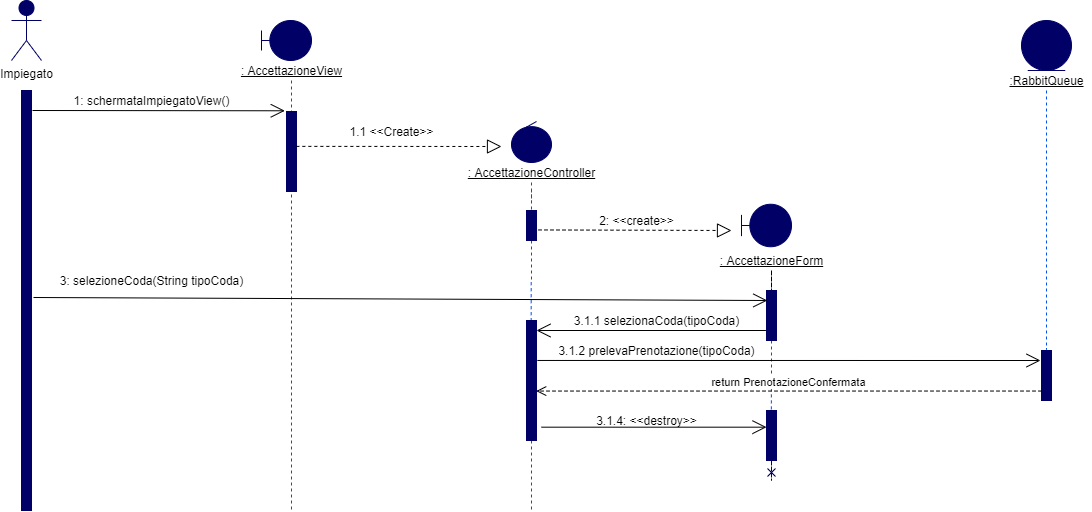
Givaa/MedQueue keeps this draw.io diagram as Documenti/RAD/Sequence Diagram/Accettazione Prenotazione/SD AccettazionePrenotazione (Con repo).png. Above is the earlier version. Source tidied: cells renumbered, new cells last; positions are measured from the earlier drawing's top-left corner, leaving out a move shared by most shapes.
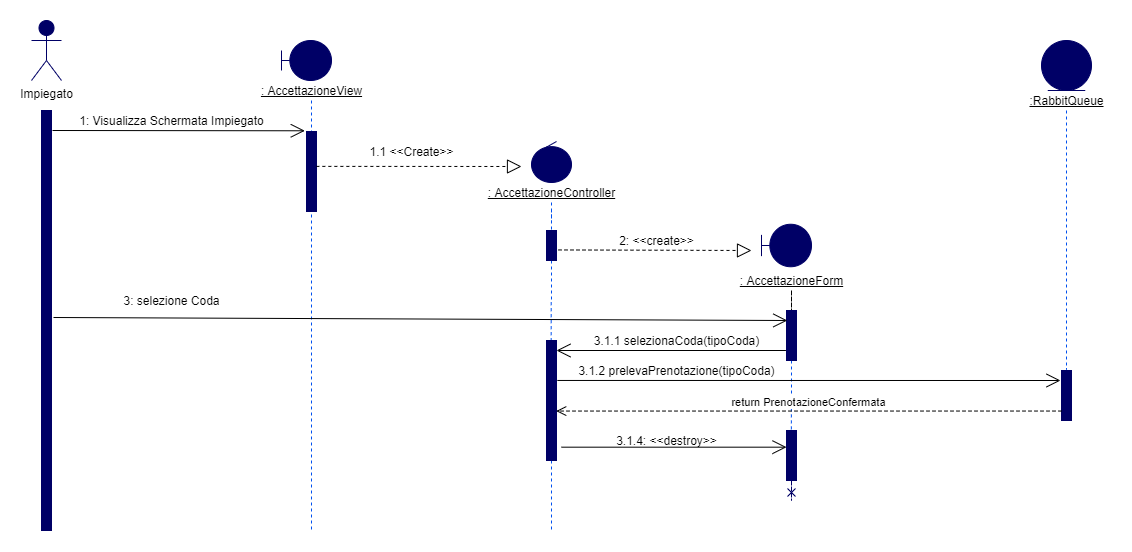
After the change.

The edit, as a diff of the source:
```diff
@@ -27,8 +27,8 @@
     <mxCell id="8" style="html=1;points=[];perimeter=orthogonalPerimeter;fillColor=#000066;strokeColor=#000066;" parent="1" vertex="1">
       <mxGeometry x="275" y="111" width="10" height="80" as="geometry" />
     </mxCell>
-    <mxCell id="9" value="1: schermataImpiegatoView()" style="text;html=1;align=center;verticalAlign=middle;" parent="1" vertex="1">
-      <mxGeometry x="50" y="90" width="180" height="20" as="geometry" />
+    <mxCell id="9" value="1: Visualizza Schermata Impiegato" style="text;html=1;align=center;verticalAlign=middle;" parent="1" vertex="1">
+      <mxGeometry x="40" y="90" width="200" height="20" as="geometry" />
     </mxCell>
     <mxCell id="10" style="endArrow=block;dashed=1;endFill=0;endSize=12;html=1;exitX=0.986;exitY=0.436;exitDx=0;exitDy=0;exitPerimeter=0;" parent="1" edge="1" source="8">
       <mxGeometry relative="1" as="geometry">
@@ -81,8 +81,8 @@
         <mxPoint x="22" y="297" as="sourcePoint" />
       </mxGeometry>
     </mxCell>
-    <mxCell id="25" value="3: selezioneCoda(String tipoCoda)" style="text;html=1;align=center;verticalAlign=middle;" parent="1" vertex="1">
-      <mxGeometry x="40" y="270" width="200" height="20" as="geometry" />
+    <mxCell id="25" value="3: selezione Coda" style="text;html=1;align=center;verticalAlign=middle;" parent="1" vertex="1">
+      <mxGeometry x="85" y="270" width="110" height="20" as="geometry" />
     </mxCell>
     <mxCell id="26" style="edgeStyle=orthogonalEdgeStyle;rounded=0;jettySize=auto;html=1;dashed=1;endArrow=none;endFill=0;strokeColor=#0050ef;" parent="1" edge="1" source="27">
       <mxGeometry relative="1" as="geometry">
```
